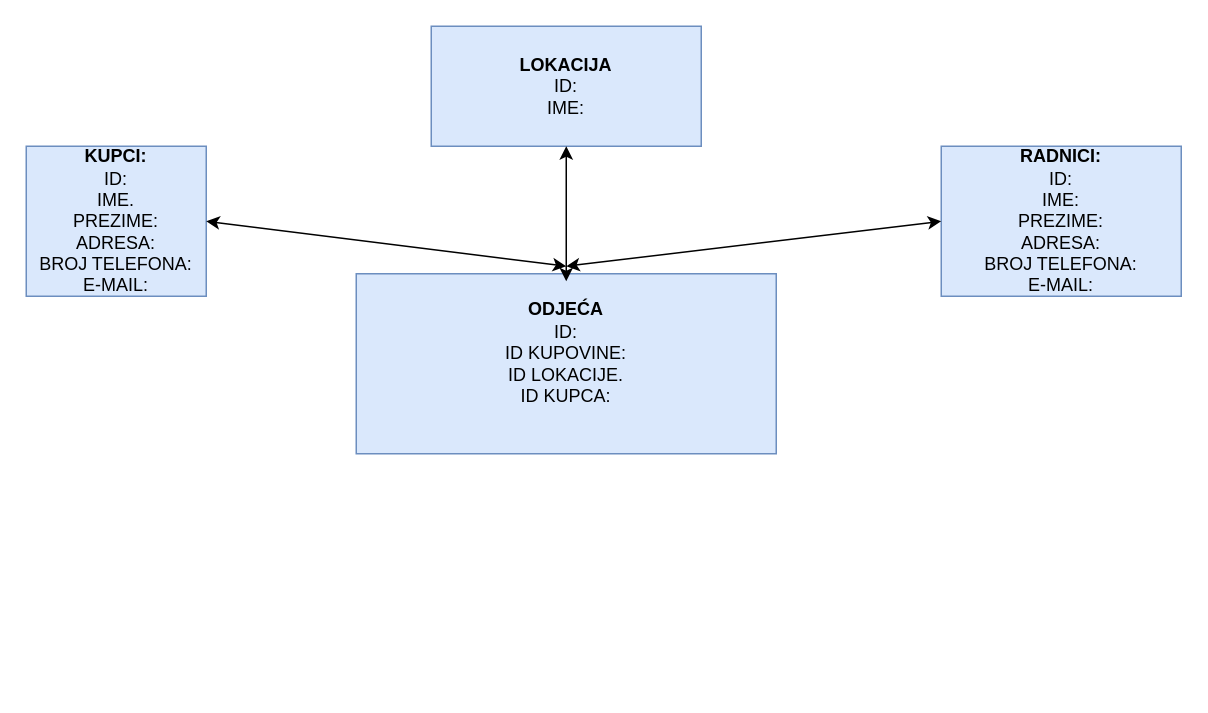
The draw.io diagram Untitled Diagram.drawio in PolePolucci/PolePolucci, before the edit. Source tidied: cells renumbered, new cells numbered last; positions are measured from the earlier drawing's top-left corner, leaving out a move shared by most shapes. Both pictures are drawn from the tidied source at 150%, with x=0, y=0 at pixel (26, 26).
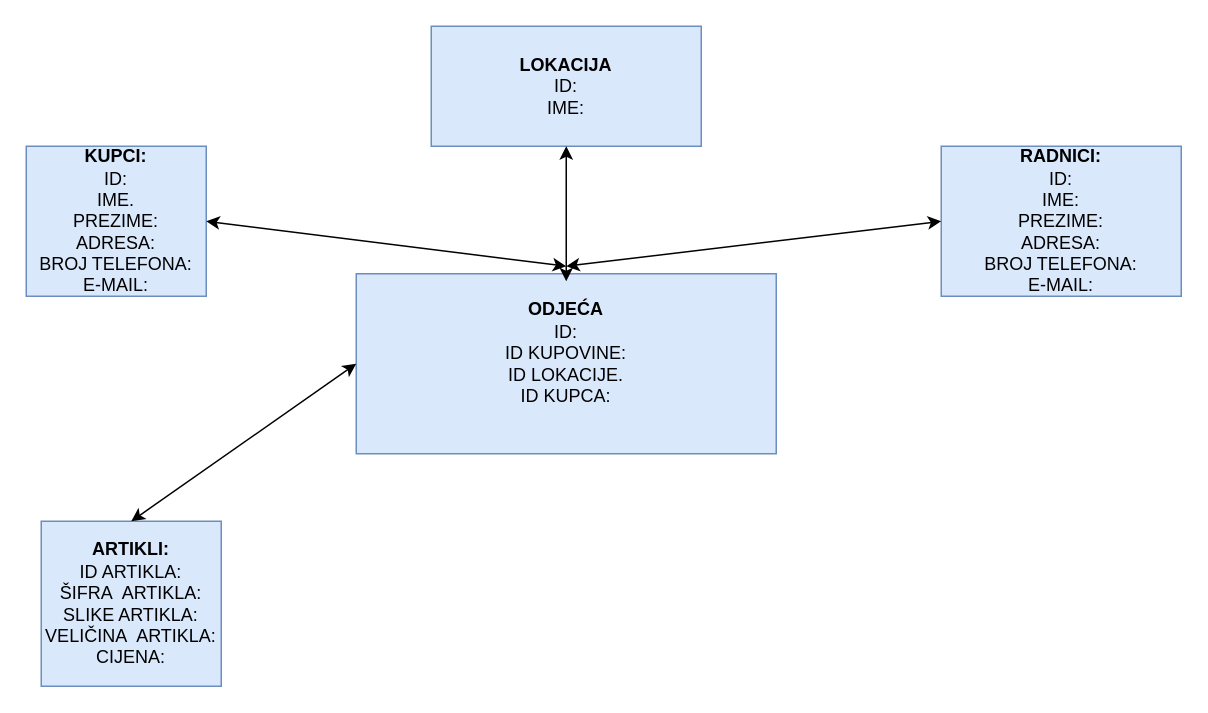
The same diagram, later.

What changed in the source:
```diff
@@
 <mxGraphModel>
   <root>
     <mxCell id="0" />
     <mxCell id="1" parent="0" />
     <mxCell id="2" value="&lt;b&gt;ODJEĆA&lt;/b&gt;&lt;br&gt;ID:&lt;br&gt;ID KUPOVINE:&lt;br&gt;ID LOKACIJE.&lt;br&gt;ID KUPCA:&lt;br&gt;&lt;br&gt;" style="rounded=0;whiteSpace=wrap;html=1;fillColor=#dae8fc;strokeColor=#6c8ebf;" parent="1" vertex="1">
       <mxGeometry x="220" y="165" width="280" height="120" as="geometry" />
     </mxCell>
     <mxCell id="3" value="&lt;b&gt;LOKACIJA&lt;/b&gt;&lt;br&gt;ID:&lt;br&gt;IME:&lt;br&gt;" style="rounded=0;whiteSpace=wrap;html=1;fillColor=#dae8fc;strokeColor=#6c8ebf;" parent="1" vertex="1">
       <mxGeometry x="270" width="180" height="80" as="geometry" />
     </mxCell>
     <mxCell id="4" value="&lt;b&gt;KUPCI:&lt;br&gt;&lt;/b&gt;ID:&lt;br&gt;IME.&lt;br&gt;PREZIME:&lt;br&gt;ADRESA:&lt;br&gt;BROJ TELEFONA:&lt;br&gt;E-MAIL:" style="rounded=0;whiteSpace=wrap;html=1;fillColor=#dae8fc;strokeColor=#6c8ebf;" parent="1" vertex="1">
       <mxGeometry y="80" width="120" height="100" as="geometry" />
     </mxCell>
     <mxCell id="5" style="endArrow=classic;startArrow=classic;html=1;entryX=0.5;entryY=1;entryDx=0;entryDy=0;" parent="1" edge="1" target="3">
       <mxGeometry relative="1" as="geometry">
         <mxPoint x="360" y="170" as="sourcePoint" />
       </mxGeometry>
     </mxCell>
     <mxCell id="6" style="endArrow=classic;startArrow=classic;html=1;entryX=1;entryY=0.5;entryDx=0;entryDy=0;" parent="1" edge="1" target="4">
       <mxGeometry relative="1" as="geometry">
         <mxPoint x="360" y="160" as="sourcePoint" />
       </mxGeometry>
     </mxCell>
     <mxCell id="7" value="&lt;b&gt;RADNICI:&lt;/b&gt;&lt;br&gt;ID:&lt;br&gt;IME:&lt;br&gt;PREZIME:&lt;br&gt;ADRESA:&lt;br&gt;BROJ TELEFONA:&lt;br&gt;E-MAIL:" style="rounded=0;whiteSpace=wrap;html=1;fillColor=#dae8fc;strokeColor=#6c8ebf;" parent="1" vertex="1">
       <mxGeometry x="610" y="80" width="160" height="100" as="geometry" />
     </mxCell>
     <mxCell id="8" style="endArrow=classic;startArrow=classic;html=1;entryX=0;entryY=0.5;entryDx=0;entryDy=0;" parent="1" edge="1" target="7">
       <mxGeometry relative="1" as="geometry">
         <mxPoint x="360" y="160" as="sourcePoint" />
       </mxGeometry>
     </mxCell>
+    <mxCell id="9" value="&lt;b&gt;ARTIKLI:&lt;br&gt;&lt;/b&gt;ID ARTIKLA:&lt;br&gt;ŠIFRA&amp;nbsp; ARTIKLA:&lt;br&gt;SLIKE ARTIKLA:&lt;br&gt;VELIČINA&amp;nbsp; ARTIKLA:&lt;br&gt;CIJENA:" style="rounded=0;whiteSpace=wrap;html=1;fillColor=#dae8fc;strokeColor=#6c8ebf;" parent="1" vertex="1">
+      <mxGeometry x="10" y="330" width="120" height="110" as="geometry" />
+    </mxCell>
+    <mxCell id="10" style="endArrow=classic;startArrow=classic;html=1;entryX=0;entryY=0.5;entryDx=0;entryDy=0;" parent="1" edge="1" target="2">
+      <mxGeometry relative="1" as="geometry">
+        <mxPoint x="70" y="330" as="sourcePoint" />
+      </mxGeometry>
+    </mxCell>
   </root>
 </mxGraphModel>
```
